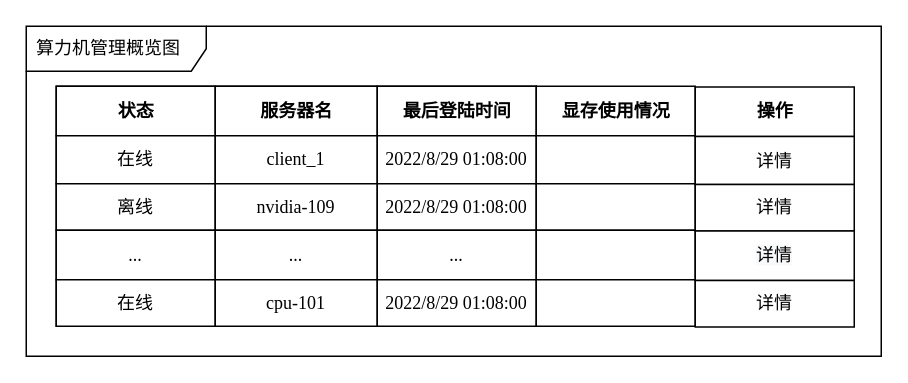
The draw.io diagram page "第 1 页" (1 of 2) of system_daemon.drawio in foreignbill/drawio, before the edit. Source tidied: cells renumbered, new cells numbered last; positions are measured from the earlier drawing's top-left corner, leaving out a move shared by most shapes. Both pictures are drawn from the tidied source at 150%, with x=0, y=0 at pixel (26, 26).
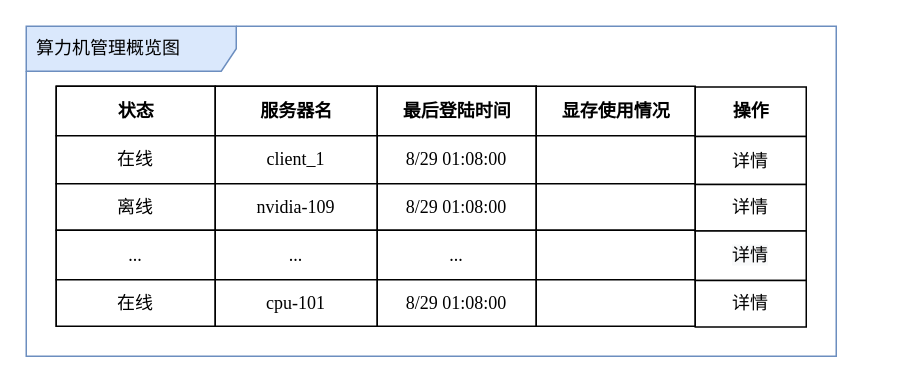
The same page after the edit.

Unchanged cells that the change refers to:
```xml
<mxCell id="8" style="shape=tableRow;horizontal=0;startSize=0;swimlaneHead=0;swimlaneBody=0;top=0;left=0;bottom=0;right=0;fontStyle=0;shadow=0;fontFamily=Times New Roman;" parent="3" vertex="1">
  <mxGeometry y="33" width="320" height="32" as="geometry" />
</mxCell>
<mxCell id="12" style="shape=tableRow;horizontal=0;startSize=0;swimlaneHead=0;swimlaneBody=0;top=0;left=0;bottom=0;right=0;fontStyle=1;shadow=0;fontFamily=Times New Roman;" parent="3" vertex="1">
  <mxGeometry y="65" width="320" height="31" as="geometry" />
</mxCell>
<mxCell id="20" style="shape=tableRow;horizontal=0;startSize=0;swimlaneHead=0;swimlaneBody=0;top=0;left=0;bottom=0;right=0;fontStyle=1;shadow=0;fontFamily=Times New Roman;" parent="3" vertex="1">
  <mxGeometry y="129" width="320" height="31" as="geometry" />
</mxCell>
```

Change to the diagram source:
```diff
@@
-    <mxCell id="2" value="算力机管理概览图" style="shape=umlFrame;whiteSpace=wrap;html=1;width=120;height=30;boundedLbl=1;verticalAlign=middle;align=left;spacingLeft=5;shadow=0;fontFamily=Times New Roman;" parent="1" vertex="1">
-      <mxGeometry width="570" height="220" as="geometry" />
+    <mxCell id="2" value="算力机管理概览图&amp;nbsp;" style="shape=umlFrame;whiteSpace=wrap;html=1;width=140;height=30;boundedLbl=1;verticalAlign=middle;align=left;spacingLeft=5;shadow=0;fontFamily=Times New Roman;fillColor=#dae8fc;strokeColor=#6c8ebf;swimlaneFillColor=default;" parent="1" vertex="1">
+      <mxGeometry width="540" height="220" as="geometry" />
     </mxCell>
@@
-    <mxCell id="11" value="2022/8/29 01:08:00" style="align=center;whiteSpace=wrap;html=1;shadow=0;fontFamily=Times New Roman;" parent="8" vertex="1">
+    <mxCell id="11" value="8/29 01:08:00" style="align=center;whiteSpace=wrap;html=1;shadow=0;fontFamily=Times New Roman;" parent="8" vertex="1">
       <mxGeometry x="214" width="106" height="32" as="geometry" />
     </mxCell>
@@
-    <mxCell id="15" value="2022/8/29 01:08:00" style="whiteSpace=wrap;html=1;shadow=0;fontFamily=Times New Roman;" parent="12" vertex="1">
+    <mxCell id="15" value="8/29 01:08:00" style="whiteSpace=wrap;html=1;shadow=0;fontFamily=Times New Roman;" parent="12" vertex="1">
       <mxGeometry x="214" width="106" height="31" as="geometry" />
     </mxCell>
@@
-    <mxCell id="23" value="2022/8/29 01:08:00" style="whiteSpace=wrap;html=1;shadow=0;fontFamily=Times New Roman;" parent="20" vertex="1">
+    <mxCell id="23" value="8/29 01:08:00" style="whiteSpace=wrap;html=1;shadow=0;fontFamily=Times New Roman;" parent="20" vertex="1">
       <mxGeometry x="214" width="106" height="31" as="geometry" />
     </mxCell>
@@
     <mxCell id="29" value="操作" style="align=center;fontStyle=1;html=1;shadow=0;fontFamily=Times New Roman;" parent="1" vertex="1">
-      <mxGeometry x="446" y="40.5" width="106" height="33" as="geometry" />
+      <mxGeometry x="446" y="40.5" width="74" height="33" as="geometry" />
     </mxCell>
     <mxCell id="30" value="详情" style="align=center;whiteSpace=wrap;html=1;shadow=0;fontFamily=Times New Roman;" parent="1" vertex="1">
-      <mxGeometry x="446" y="73.5" width="106" height="32" as="geometry" />
+      <mxGeometry x="446" y="73.5" width="74" height="32" as="geometry" />
     </mxCell>
     <mxCell id="31" value="详情" style="whiteSpace=wrap;html=1;shadow=0;fontFamily=Times New Roman;" parent="1" vertex="1">
-      <mxGeometry x="446" y="105.5" width="106" height="31" as="geometry" />
+      <mxGeometry x="446" y="105.5" width="74" height="31" as="geometry" />
     </mxCell>
     <mxCell id="32" value="&lt;span style=&quot;color: rgb(0, 0, 0); font-size: 12px; font-style: normal; font-variant-ligatures: normal; font-variant-caps: normal; font-weight: 400; letter-spacing: normal; orphans: 2; text-align: center; text-indent: 0px; text-transform: none; widows: 2; word-spacing: 0px; -webkit-text-stroke-width: 0px; background-color: rgb(248, 249, 250); text-decoration-thickness: initial; text-decoration-style: initial; text-decoration-color: initial; float: none; display: inline !important;&quot;&gt;详情&lt;/span&gt;" style="fontStyle=0;align=center;whiteSpace=wrap;html=1;shadow=0;fontFamily=Times New Roman;" parent="1" vertex="1">
-      <mxGeometry x="446" y="136.5" width="106" height="33" as="geometry" />
+      <mxGeometry x="446" y="136.5" width="74" height="33" as="geometry" />
     </mxCell>
     <mxCell id="33" value="详情" style="whiteSpace=wrap;html=1;shadow=0;fontFamily=Times New Roman;" parent="1" vertex="1">
-      <mxGeometry x="446" y="169.5" width="106" height="31" as="geometry" />
+      <mxGeometry x="446" y="169.5" width="74" height="31" as="geometry" />
     </mxCell>
```
